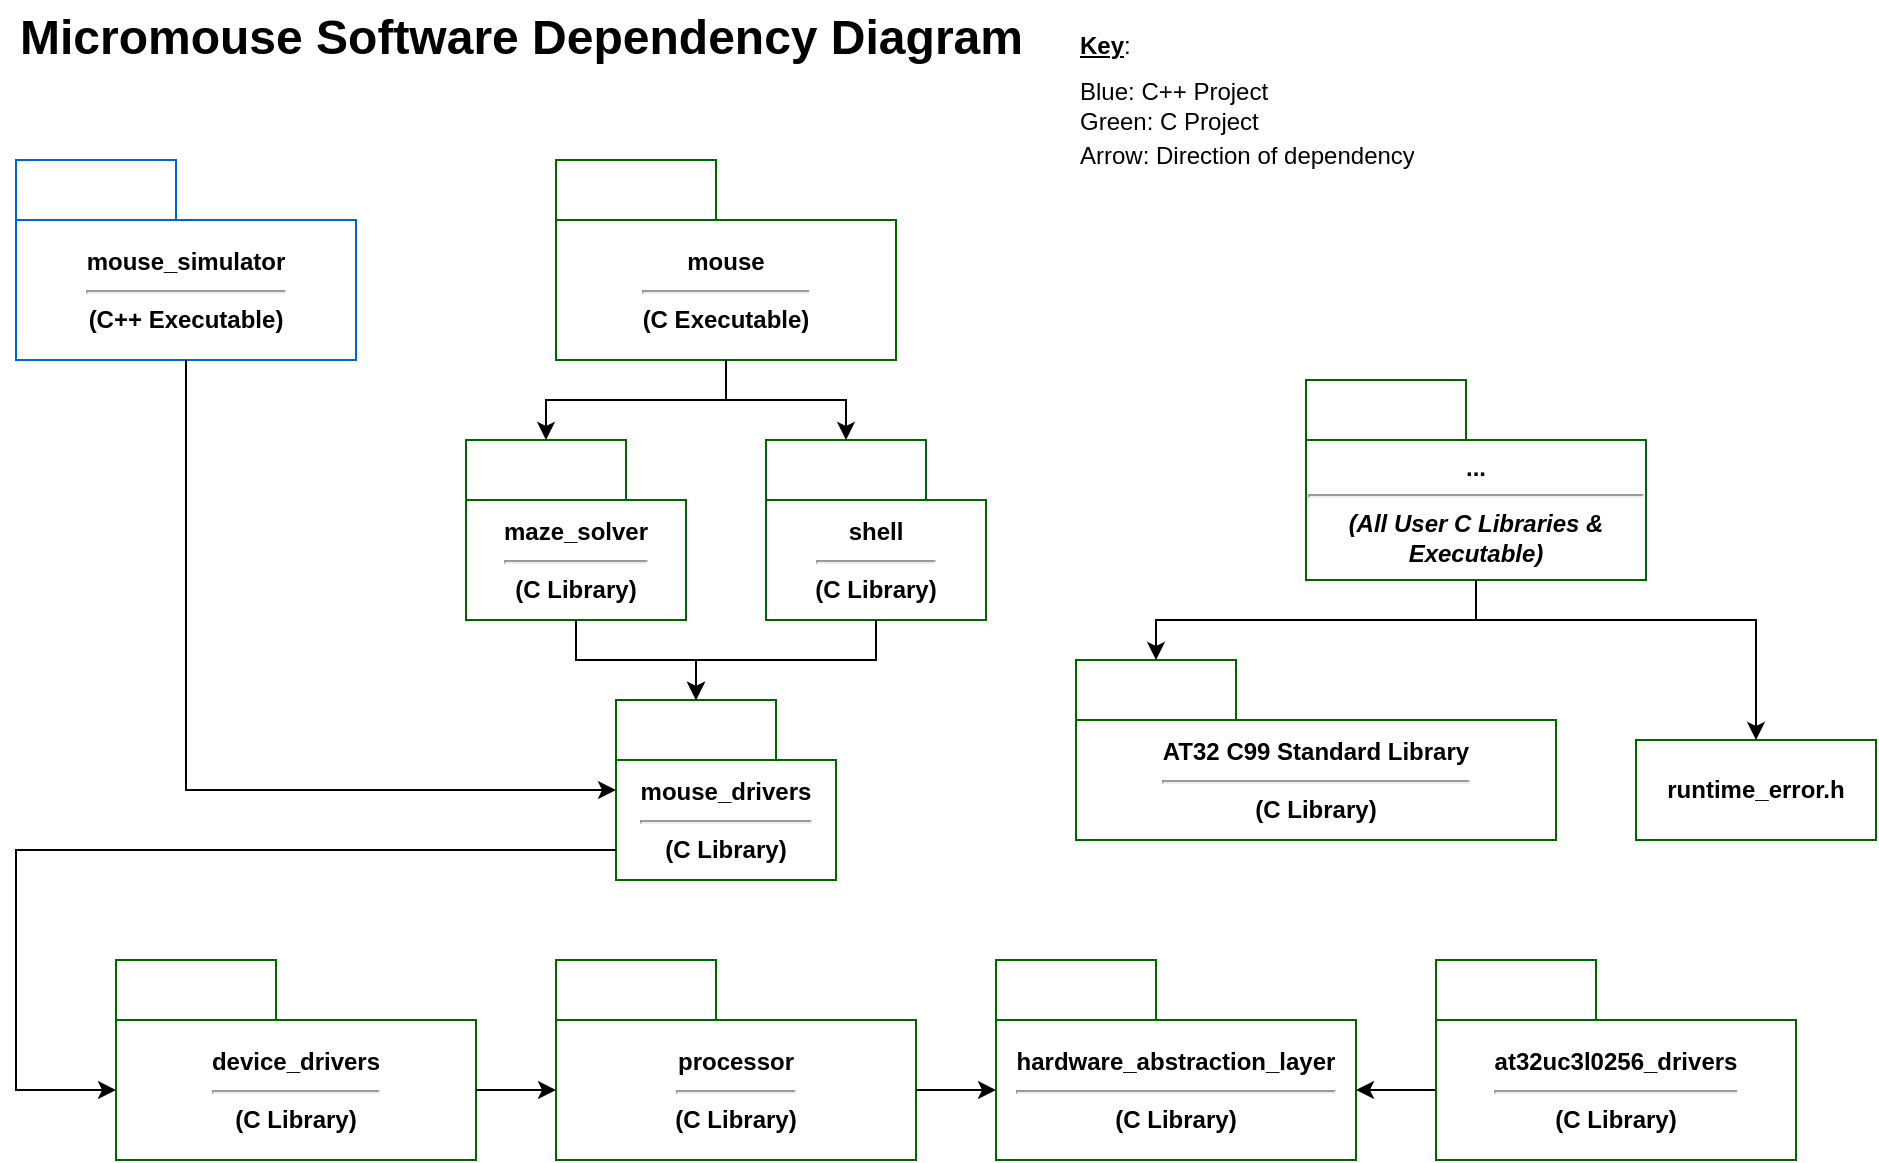
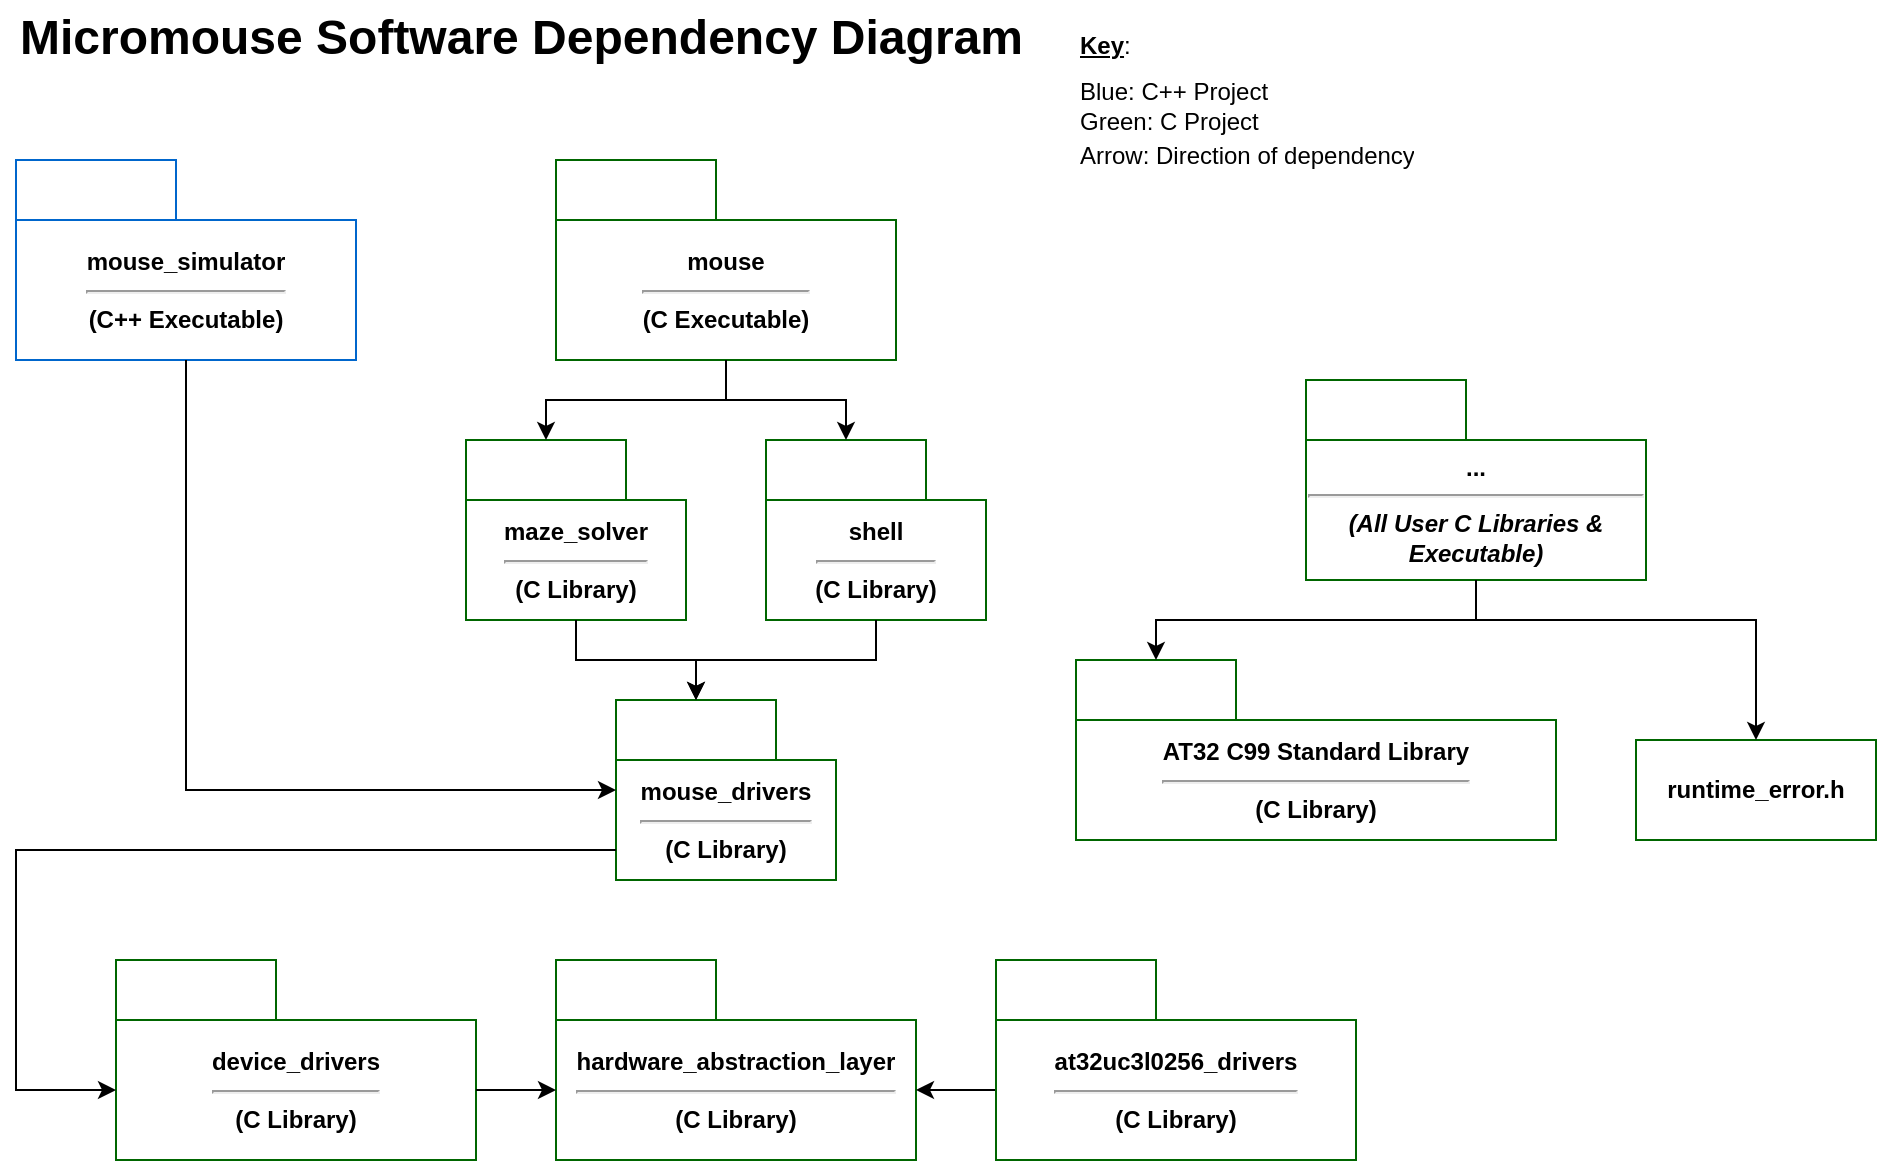
<mxfile host="Electron" agent="Mozilla/5.0 (Windows NT 10.0; Win64; x64) AppleWebKit/537.36 (KHTML, like Gecko) draw.io/29.3.0 Chrome/140.0.7339.249 Electron/38.7.2 Safari/537.36" version="29.3.0">
  <diagram name="Page-1" id="oKpc1l_Igcs4GMacKgKO">
-     <mxGraphModel dx="1140" dy="696" grid="1" gridSize="10" guides="1" tooltips="1" connect="1" arrows="1" fold="1" page="1" pageScale="1" pageWidth="850" pageHeight="1100" math="0" shadow="0">
+     <mxGraphModel dx="1042" dy="626" grid="1" gridSize="10" guides="1" tooltips="1" connect="1" arrows="1" fold="1" page="1" pageScale="1" pageWidth="850" pageHeight="1100" math="0" shadow="0">
      <root>
        <mxCell id="0" />
        <mxCell id="1" parent="0" />
        <mxCell id="VA4gKk7P2Ic-5W_0SB8y-1" parent="1" style="shape=folder;fontStyle=1;tabWidth=80;tabHeight=30;tabPosition=left;html=1;boundedLbl=1;whiteSpace=wrap;strokeColor=#006600;" value="device_drivers&lt;div&gt;&lt;hr&gt;&lt;/div&gt;&lt;div&gt;(C Library)&lt;/div&gt;" vertex="1">
          <mxGeometry height="100" width="180" x="90" y="520" as="geometry" />
        </mxCell>
        <mxCell id="VA4gKk7P2Ic-5W_0SB8y-11" parent="1" style="shape=folder;fontStyle=1;tabWidth=80;tabHeight=30;tabPosition=left;html=1;boundedLbl=1;whiteSpace=wrap;strokeColor=#006600;" value="&lt;div&gt;hardware_abstraction_layer&lt;/div&gt;&lt;div&gt;&lt;hr&gt;&lt;/div&gt;&lt;div&gt;(C Library)&lt;/div&gt;" vertex="1">
-           <mxGeometry height="100" width="180" x="530" y="520" as="geometry" />
+           <mxGeometry height="100" width="180" x="310" y="520" as="geometry" />
        </mxCell>
        <mxCell id="VA4gKk7P2Ic-5W_0SB8y-24" parent="1" style="shape=folder;fontStyle=1;tabWidth=80;tabHeight=30;tabPosition=left;html=1;boundedLbl=1;whiteSpace=wrap;strokeColor=#006600;" value="&lt;div&gt;mouse_drivers&lt;/div&gt;&lt;div&gt;&lt;hr&gt;&lt;/div&gt;&lt;div&gt;(C Library)&lt;/div&gt;" vertex="1">
          <mxGeometry height="90" width="110" x="340" y="390" as="geometry" />
        </mxCell>
        <mxCell id="VA4gKk7P2Ic-5W_0SB8y-35" parent="1" style="shape=folder;fontStyle=1;tabWidth=80;tabHeight=30;tabPosition=left;html=1;boundedLbl=1;whiteSpace=wrap;strokeColor=#006600;" value="&lt;div&gt;maze_solver&lt;/div&gt;&lt;div&gt;&lt;hr&gt;&lt;/div&gt;&lt;div&gt;(C Library)&lt;/div&gt;" vertex="1">
          <mxGeometry height="90" width="110" x="265" y="260" as="geometry" />
        </mxCell>
        <mxCell id="VA4gKk7P2Ic-5W_0SB8y-38" parent="1" style="shape=folder;fontStyle=1;tabWidth=80;tabHeight=30;tabPosition=left;html=1;boundedLbl=1;whiteSpace=wrap;strokeColor=#006600;" value="&lt;div&gt;shell&lt;/div&gt;&lt;div&gt;&lt;hr&gt;&lt;/div&gt;&lt;div&gt;(C Library)&lt;/div&gt;" vertex="1">
          <mxGeometry height="90" width="110" x="415" y="260" as="geometry" />
        </mxCell>
        <mxCell id="VA4gKk7P2Ic-5W_0SB8y-45" parent="1" style="shape=folder;fontStyle=1;tabWidth=80;tabHeight=30;tabPosition=left;html=1;boundedLbl=1;whiteSpace=wrap;strokeColor=#006600;" value="&lt;div&gt;mouse&lt;/div&gt;&lt;div&gt;&lt;hr&gt;&lt;/div&gt;&lt;div&gt;(C Executable)&lt;/div&gt;" vertex="1">
          <mxGeometry height="100" width="170" x="310" y="120" as="geometry" />
        </mxCell>
        <mxCell id="0X-RFWdOt0fxIYuZUrhn-1" edge="1" parent="1" source="VA4gKk7P2Ic-5W_0SB8y-47" style="edgeStyle=orthogonalEdgeStyle;rounded=0;orthogonalLoop=1;jettySize=auto;html=1;entryX=0;entryY=0;entryDx=180;entryDy=65;entryPerimeter=0;exitX=0;exitY=0;exitDx=0;exitDy=65;exitPerimeter=0;" target="VA4gKk7P2Ic-5W_0SB8y-11">
          <mxGeometry relative="1" as="geometry">
-             <mxPoint x="725" y="580" as="targetPoint" />
+             <mxPoint x="505" y="580" as="targetPoint" />
          </mxGeometry>
        </mxCell>
        <mxCell id="VA4gKk7P2Ic-5W_0SB8y-47" parent="1" style="shape=folder;fontStyle=1;tabWidth=80;tabHeight=30;tabPosition=left;html=1;boundedLbl=1;whiteSpace=wrap;strokeColor=#006600;" value="&lt;div&gt;at32uc3l0256_drivers&lt;/div&gt;&lt;div&gt;&lt;hr&gt;&lt;/div&gt;&lt;div&gt;(C Library)&lt;/div&gt;" vertex="1">
-           <mxGeometry height="100" width="180" x="750" y="520" as="geometry" />
+           <mxGeometry height="100" width="180" x="530" y="520" as="geometry" />
        </mxCell>
        <mxCell id="hCXN4IzAGQTOALLmFSug-22" parent="1" style="rounded=0;whiteSpace=wrap;html=1;strokeColor=#006600;" value="&lt;b&gt;runtime_error.h&lt;/b&gt;" vertex="1">
          <mxGeometry height="50" width="120" x="850" y="410" as="geometry" />
        </mxCell>
        <mxCell id="UwXl0KZfzIKj5EyUJe6f-31" parent="1" style="shape=folder;fontStyle=1;tabWidth=80;tabHeight=30;tabPosition=left;html=1;boundedLbl=1;whiteSpace=wrap;strokeColor=#0066CC;" value="&lt;div&gt;mouse_simulator&lt;/div&gt;&lt;div&gt;&lt;hr&gt;(C++ Executable)&lt;/div&gt;" vertex="1">
          <mxGeometry height="100" width="170" x="40" y="120" as="geometry" />
        </mxCell>
        <mxCell id="0X-RFWdOt0fxIYuZUrhn-4" edge="1" parent="1" source="VA4gKk7P2Ic-5W_0SB8y-24" style="edgeStyle=orthogonalEdgeStyle;rounded=0;orthogonalLoop=1;jettySize=auto;html=1;entryX=0;entryY=0;entryDx=0;entryDy=65;entryPerimeter=0;exitX=0;exitY=0;exitDx=0;exitDy=75;exitPerimeter=0;" target="VA4gKk7P2Ic-5W_0SB8y-1">
          <mxGeometry relative="1" as="geometry">
            <Array as="points">
              <mxPoint x="40" y="465" />
              <mxPoint x="40" y="585" />
            </Array>
          </mxGeometry>
        </mxCell>
        <mxCell id="0X-RFWdOt0fxIYuZUrhn-5" edge="1" parent="1" source="VA4gKk7P2Ic-5W_0SB8y-35" style="edgeStyle=orthogonalEdgeStyle;rounded=0;orthogonalLoop=1;jettySize=auto;html=1;entryX=0;entryY=0;entryDx=40;entryDy=0;entryPerimeter=0;" target="VA4gKk7P2Ic-5W_0SB8y-24">
          <mxGeometry relative="1" as="geometry" />
        </mxCell>
        <mxCell id="0X-RFWdOt0fxIYuZUrhn-6" edge="1" parent="1" source="VA4gKk7P2Ic-5W_0SB8y-38" style="edgeStyle=orthogonalEdgeStyle;rounded=0;orthogonalLoop=1;jettySize=auto;html=1;entryX=0;entryY=0;entryDx=40;entryDy=0;entryPerimeter=0;" target="VA4gKk7P2Ic-5W_0SB8y-24">
          <mxGeometry relative="1" as="geometry" />
        </mxCell>
        <mxCell id="0X-RFWdOt0fxIYuZUrhn-7" edge="1" parent="1" source="VA4gKk7P2Ic-5W_0SB8y-45" style="edgeStyle=orthogonalEdgeStyle;rounded=0;orthogonalLoop=1;jettySize=auto;html=1;entryX=0;entryY=0;entryDx=40;entryDy=0;entryPerimeter=0;" target="VA4gKk7P2Ic-5W_0SB8y-35">
          <mxGeometry relative="1" as="geometry" />
        </mxCell>
        <mxCell id="0X-RFWdOt0fxIYuZUrhn-8" edge="1" parent="1" source="VA4gKk7P2Ic-5W_0SB8y-45" style="edgeStyle=orthogonalEdgeStyle;rounded=0;orthogonalLoop=1;jettySize=auto;html=1;entryX=0;entryY=0;entryDx=40;entryDy=0;entryPerimeter=0;" target="VA4gKk7P2Ic-5W_0SB8y-38">
          <mxGeometry relative="1" as="geometry" />
        </mxCell>
        <mxCell id="0X-RFWdOt0fxIYuZUrhn-10" parent="1" style="shape=folder;fontStyle=1;tabWidth=80;tabHeight=30;tabPosition=left;html=1;boundedLbl=1;whiteSpace=wrap;strokeColor=#006600;" value="&lt;div&gt;AT32 C99&amp;nbsp;&lt;span style=&quot;color: light-dark(rgb(0, 0, 0), rgb(255, 255, 255)); background-color: transparent;&quot;&gt;Standard Library&lt;/span&gt;&lt;/div&gt;&lt;div&gt;&lt;hr&gt;&lt;/div&gt;&lt;div&gt;(C Library)&lt;/div&gt;" vertex="1">
          <mxGeometry height="90" width="240" x="570" y="370" as="geometry" />
        </mxCell>
        <mxCell id="0X-RFWdOt0fxIYuZUrhn-11" edge="1" parent="1" source="UwXl0KZfzIKj5EyUJe6f-31" style="edgeStyle=orthogonalEdgeStyle;rounded=0;orthogonalLoop=1;jettySize=auto;html=1;entryX=0;entryY=0;entryDx=0;entryDy=45;entryPerimeter=0;exitX=0.5;exitY=1;exitDx=0;exitDy=0;exitPerimeter=0;" target="VA4gKk7P2Ic-5W_0SB8y-24">
          <mxGeometry relative="1" as="geometry" />
        </mxCell>
        <mxCell id="0X-RFWdOt0fxIYuZUrhn-17" edge="1" parent="1" source="0X-RFWdOt0fxIYuZUrhn-13" style="edgeStyle=orthogonalEdgeStyle;rounded=0;orthogonalLoop=1;jettySize=auto;html=1;entryX=0.5;entryY=0;entryDx=0;entryDy=0;" target="hCXN4IzAGQTOALLmFSug-22">
          <mxGeometry relative="1" as="geometry">
            <Array as="points">
              <mxPoint x="770" y="350" />
              <mxPoint x="910" y="350" />
            </Array>
          </mxGeometry>
        </mxCell>
        <mxCell id="0X-RFWdOt0fxIYuZUrhn-13" parent="1" style="shape=folder;fontStyle=1;tabWidth=80;tabHeight=30;tabPosition=left;html=1;boundedLbl=1;whiteSpace=wrap;strokeColor=#006600;" value="&lt;div&gt;...&lt;/div&gt;&lt;div&gt;&lt;hr&gt;&lt;/div&gt;&lt;div&gt;&lt;i&gt;(All User C Libraries &amp;amp; Executable)&lt;/i&gt;&lt;/div&gt;" vertex="1">
          <mxGeometry height="100" width="170" x="685" y="230" as="geometry" />
        </mxCell>
        <mxCell id="0X-RFWdOt0fxIYuZUrhn-16" edge="1" parent="1" source="0X-RFWdOt0fxIYuZUrhn-13" style="edgeStyle=orthogonalEdgeStyle;rounded=0;orthogonalLoop=1;jettySize=auto;html=1;entryX=0;entryY=0;entryDx=40;entryDy=0;entryPerimeter=0;" target="0X-RFWdOt0fxIYuZUrhn-10">
          <mxGeometry relative="1" as="geometry">
            <Array as="points">
              <mxPoint x="770" y="350" />
              <mxPoint x="610" y="350" />
            </Array>
          </mxGeometry>
        </mxCell>
        <mxCell id="0X-RFWdOt0fxIYuZUrhn-18" parent="1" style="text;html=1;whiteSpace=wrap;overflow=hidden;rounded=0;" value="&lt;div style=&quot;line-height: 100%; margin-bottom: 5px;&quot;&gt;&lt;h1 style=&quot;margin-top: 0px; line-height: 100%;&quot;&gt;Micromouse Software Dependency Diagram&lt;/h1&gt;&lt;/div&gt;&lt;div style=&quot;line-height: 100%; padding-bottom: 2px; margin-bottom: 2px;&quot;&gt;&lt;div style=&quot;line-height: 100%; padding-bottom: 2px; margin-bottom: 3px;&quot;&gt;&lt;br&gt;&lt;/div&gt;&lt;/div&gt;" vertex="1">
          <mxGeometry height="45" width="510" x="40" y="40" as="geometry" />
        </mxCell>
        <mxCell id="0X-RFWdOt0fxIYuZUrhn-19" parent="1" style="text;html=1;whiteSpace=wrap;overflow=hidden;rounded=0;" value="&lt;div style=&quot;line-height: 100%; margin-bottom: 5px;&quot;&gt;&lt;h1 style=&quot;margin-top: 0px; line-height: 100%; margin-bottom: 0px;&quot;&gt;&lt;b style=&quot;background-color: transparent; color: light-dark(rgb(0, 0, 0), rgb(255, 255, 255)); font-size: 12px;&quot;&gt;&lt;u&gt;Key&lt;/u&gt;&lt;/b&gt;&lt;span style=&quot;background-color: transparent; color: light-dark(rgb(0, 0, 0), rgb(255, 255, 255)); font-size: 12px; font-weight: normal;&quot;&gt;:&lt;/span&gt;&lt;/h1&gt;&lt;/div&gt;&lt;div style=&quot;line-height: 100%; padding-bottom: 2px; margin-bottom: 2px;&quot;&gt;&lt;div style=&quot;line-height: 100%; margin-bottom: 3px;&quot;&gt;&lt;span style=&quot;color: light-dark(rgb(0, 0, 0), rgb(255, 255, 255)); background-color: light-dark(rgb(255, 255, 255), rgb(0, 102, 204));&quot;&gt;&lt;span style=&quot;background-color: light-dark(#ffffff, var(--ge-dark-color, #121212));&quot;&gt;&lt;span style=&quot;background-color: light-dark(rgb(255, 255, 255), rgb(0, 102, 204));&quot;&gt;Blue&lt;/span&gt;&lt;/span&gt;&lt;/span&gt;&lt;span style=&quot;background-color: transparent; color: light-dark(rgb(0, 0, 0), rgb(255, 255, 255));&quot;&gt;: C++ Project&lt;/span&gt;&lt;/div&gt;&lt;div style=&quot;line-height: 100%; padding-bottom: 2px; margin-bottom: 3px;&quot;&gt;&lt;span style=&quot;background-color: light-dark(rgb(255, 255, 255), rgb(0, 102, 0));&quot;&gt;&lt;span style=&quot;background-color: light-dark(rgb(255, 255, 255), rgb(0, 102, 51));&quot;&gt;Green&lt;/span&gt;&lt;/span&gt;: C Project&lt;/div&gt;&lt;div style=&quot;line-height: 100%; padding-bottom: 2px; margin-bottom: 3px;&quot;&gt;Arrow: Direction of dependency&lt;/div&gt;&lt;div style=&quot;line-height: 100%; padding-bottom: 2px; margin-bottom: 3px;&quot;&gt;&lt;br&gt;&lt;/div&gt;&lt;/div&gt;" vertex="1">
          <mxGeometry height="105" width="195" x="570" y="40" as="geometry" />
        </mxCell>
-         <mxCell id="0X-RFWdOt0fxIYuZUrhn-20" parent="1" style="shape=folder;fontStyle=1;tabWidth=80;tabHeight=30;tabPosition=left;html=1;boundedLbl=1;whiteSpace=wrap;strokeColor=#006600;" value="&lt;div&gt;processor&lt;/div&gt;&lt;div&gt;&lt;hr&gt;&lt;/div&gt;&lt;div&gt;(C Library)&lt;/div&gt;" vertex="1">
-           <mxGeometry height="100" width="180" x="310" y="520" as="geometry" />
-         </mxCell>
-         <mxCell id="0X-RFWdOt0fxIYuZUrhn-21" edge="1" parent="1" source="0X-RFWdOt0fxIYuZUrhn-20" style="edgeStyle=orthogonalEdgeStyle;rounded=0;orthogonalLoop=1;jettySize=auto;html=1;entryX=0;entryY=0;entryDx=0;entryDy=65;entryPerimeter=0;exitX=0;exitY=0;exitDx=180;exitDy=65;exitPerimeter=0;" target="VA4gKk7P2Ic-5W_0SB8y-11">
-           <mxGeometry relative="1" as="geometry" />
-         </mxCell>
-         <mxCell id="0X-RFWdOt0fxIYuZUrhn-22" edge="1" parent="1" source="VA4gKk7P2Ic-5W_0SB8y-1" style="edgeStyle=orthogonalEdgeStyle;rounded=0;orthogonalLoop=1;jettySize=auto;html=1;entryX=0;entryY=0;entryDx=0;entryDy=65;entryPerimeter=0;exitX=0;exitY=0;exitDx=180;exitDy=65;exitPerimeter=0;" target="0X-RFWdOt0fxIYuZUrhn-20">
-           <mxGeometry relative="1" as="geometry" />
+         <mxCell id="0X-RFWdOt0fxIYuZUrhn-22" edge="1" parent="1" source="VA4gKk7P2Ic-5W_0SB8y-1" style="edgeStyle=orthogonalEdgeStyle;rounded=0;orthogonalLoop=1;jettySize=auto;html=1;entryX=0;entryY=0;entryDx=0;entryDy=65;entryPerimeter=0;exitX=0;exitY=0;exitDx=180;exitDy=65;exitPerimeter=0;">
+           <mxGeometry relative="1" as="geometry">
+             <mxPoint x="310" y="585" as="targetPoint" />
+           </mxGeometry>
        </mxCell>
      </root>
    </mxGraphModel>
  </diagram>
</mxfile>
